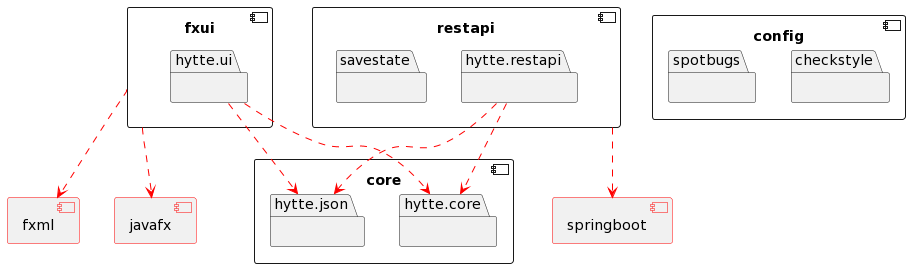
This is hytte/doc_resources/packageDiagram.png from aurorakennedy/hyttebok, a PlantUML export, as it was before one commit. Source of this version:
```plantuml
@startuml
component restapi {
package "hytte.restapi"{
}
package "savestate"{
}
}

component fxui {
package "hytte.ui"{
}
}

component core {
package "hytte.core"{
}
package "hytte.json"{
}
}

component fxml #line:red{
}
component javafx #line:red{
}
fxui -[#red,dashed]-> fxml
fxui -[#red,dashed]-> javafx

component springboot #line:red{
}
restapi -[#red,dashed]-> springboot

hytte.restapi -[#red,dashed]-> hytte.json
hytte.restapi -[#red,dashed]-> hytte.core




hytte.ui -[#red,dashed]-> hytte.json
hytte.ui -[#red,dashed]-> hytte.core



component config {
package "checkstyle" {
}
package "spotbugs" {
}
}
@enduml
```
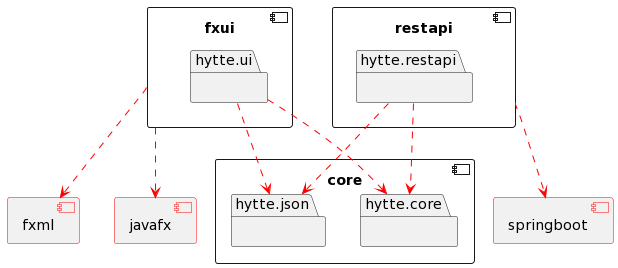
After the change.

Commit message:
#45 edited package diagram

Diff of the diagram source:
```diff
@@ -1,8 +1,6 @@
 @startuml
 component restapi {
 package "hytte.restapi"{
-}
-package "savestate"{
 }
 }
 
@@ -37,13 +35,4 @@
 
 hytte.ui -[#red,dashed]-> hytte.json
 hytte.ui -[#red,dashed]-> hytte.core
-
-
-
-component config {
-package "checkstyle" {
-}
-package "spotbugs" {
-}
-}
 @enduml
```
